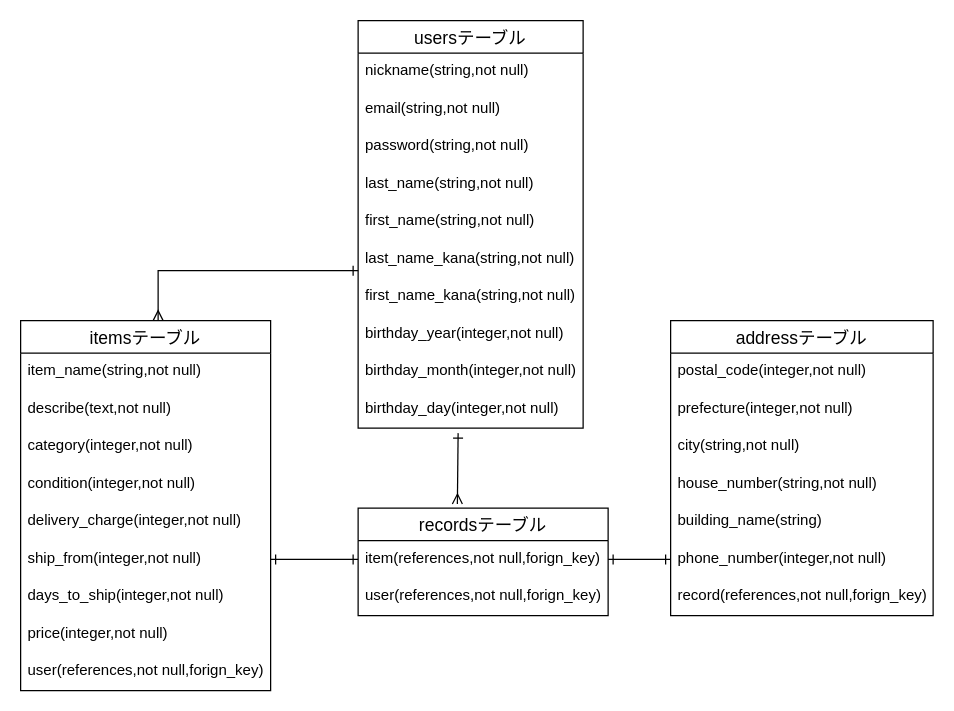
Before: furima.dio in hidekazudazoo/furima-38653, a draw.io diagram. Source tidied: cells renumbered, new cells numbered last; positions are measured from the earlier drawing's top-left corner, leaving out a move shared by most shapes. Both pictures are drawn from the tidied source at 125%, with x=0, y=0 at pixel (20, 20).
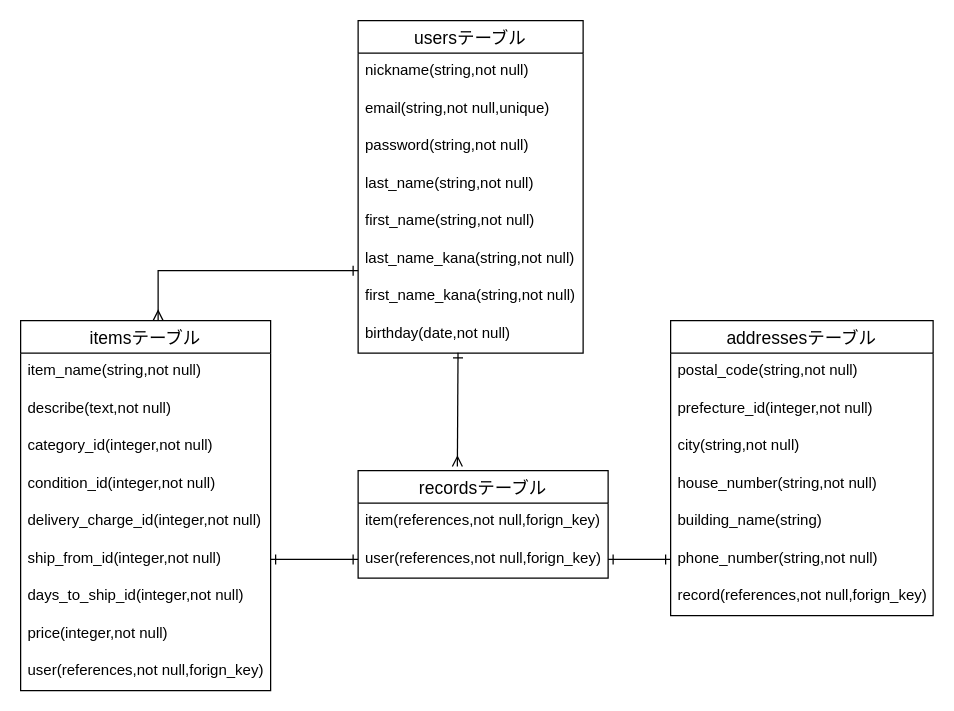
After the change.

Commit message (it also covers changes not shown here):
データベース設計修正

Unchanged cells that the change refers to:
```xml
<mxCell id="13" value="itemsテーブル" style="swimlane;fontStyle=0;horizontal=1;startSize=26;align=center;fontSize=14;" parent="1" vertex="1">
  <mxGeometry y="240" width="200" height="296" as="geometry" />
</mxCell>
<mxCell id="34" value="item(references,not null,forign_key)" style="text;strokeColor=none;fillColor=none;spacingLeft=4;spacingRight=4;overflow=hidden;points=[[0,0.5],[1,0.5]];portConstraint=eastwest;fontSize=12;" parent="33" vertex="1">
  <mxGeometry y="26" width="200" height="30" as="geometry" />
</mxCell>
<mxCell id="35" value="user(references,not null,forign_key)" style="text;strokeColor=none;fillColor=none;spacingLeft=4;spacingRight=4;overflow=hidden;points=[[0,0.5],[1,0.5]];portConstraint=eastwest;fontSize=12;" parent="33" vertex="1">
  <mxGeometry y="56" width="200" height="30" as="geometry" />
</mxCell>
```

Diff of the diagram source:
```diff
@@
     <mxCell id="2" value="usersテーブル" style="swimlane;fontStyle=0;horizontal=1;startSize=26;align=center;fontSize=14;" parent="1" vertex="1">
-      <mxGeometry x="270" width="180" height="326" as="geometry" />
+      <mxGeometry x="270" width="180" height="266" as="geometry" />
     </mxCell>
@@
-    <mxCell id="4" value="email(string,not null)" style="text;strokeColor=none;fillColor=none;spacingLeft=4;spacingRight=4;overflow=hidden;fontSize=12;" parent="2" vertex="1">
+    <mxCell id="4" value="email(string,not null,unique)" style="text;strokeColor=none;fillColor=none;spacingLeft=4;spacingRight=4;overflow=hidden;fontSize=12;" parent="2" vertex="1">
       <mxGeometry y="56" width="180" height="30" as="geometry" />
     </mxCell>
@@
-    <mxCell id="10" value="birthday_year(integer,not null)" style="text;strokeColor=none;fillColor=none;spacingLeft=4;spacingRight=4;overflow=hidden;points=[[0,0.5],[1,0.5]];portConstraint=eastwest;fontSize=12;" parent="2" vertex="1">
+    <mxCell id="10" value="birthday(date,not null)" style="text;strokeColor=none;fillColor=none;spacingLeft=4;spacingRight=4;overflow=hidden;points=[[0,0.5],[1,0.5]];portConstraint=eastwest;fontSize=12;" parent="2" vertex="1">
       <mxGeometry y="236" width="180" height="30" as="geometry" />
     </mxCell>
-    <mxCell id="11" value="birthday_month(integer,not null)" style="text;strokeColor=none;fillColor=none;spacingLeft=4;spacingRight=4;overflow=hidden;fontSize=12;" parent="2" vertex="1">
-      <mxGeometry y="266" width="180" height="30" as="geometry" />
-    </mxCell>
-    <mxCell id="12" value="birthday_day(integer,not null)" style="text;strokeColor=none;fillColor=none;spacingLeft=4;spacingRight=4;overflow=hidden;fontSize=12;" parent="2" vertex="1">
-      <mxGeometry y="296" width="180" height="30" as="geometry" />
-    </mxCell>
@@
-    <mxCell id="16" value="category(integer,not null)" style="text;strokeColor=none;fillColor=none;spacingLeft=4;spacingRight=4;overflow=hidden;fontSize=12;" parent="13" vertex="1">
+    <mxCell id="16" value="category_id(integer,not null)" style="text;strokeColor=none;fillColor=none;spacingLeft=4;spacingRight=4;overflow=hidden;fontSize=12;" parent="13" vertex="1">
       <mxGeometry y="86" width="200" height="30" as="geometry" />
     </mxCell>
-    <mxCell id="17" value="condition(integer,not null)" style="text;strokeColor=none;fillColor=none;spacingLeft=4;spacingRight=4;overflow=hidden;fontSize=12;" parent="13" vertex="1">
+    <mxCell id="17" value="condition_id(integer,not null)" style="text;strokeColor=none;fillColor=none;spacingLeft=4;spacingRight=4;overflow=hidden;fontSize=12;" parent="13" vertex="1">
       <mxGeometry y="116" width="200" height="30" as="geometry" />
     </mxCell>
-    <mxCell id="18" value="delivery_charge(integer,not null)" style="text;strokeColor=none;fillColor=none;spacingLeft=4;spacingRight=4;overflow=hidden;fontSize=12;" parent="13" vertex="1">
+    <mxCell id="18" value="delivery_charge_id(integer,not null)" style="text;strokeColor=none;fillColor=none;spacingLeft=4;spacingRight=4;overflow=hidden;fontSize=12;" parent="13" vertex="1">
       <mxGeometry y="146" width="200" height="30" as="geometry" />
     </mxCell>
-    <mxCell id="19" value="ship_from(integer,not null)" style="text;strokeColor=none;fillColor=none;spacingLeft=4;spacingRight=4;overflow=hidden;points=[[0,0.5],[1,0.5]];portConstraint=eastwest;fontSize=12;" parent="13" vertex="1">
+    <mxCell id="19" value="ship_from_id(integer,not null)" style="text;strokeColor=none;fillColor=none;spacingLeft=4;spacingRight=4;overflow=hidden;points=[[0,0.5],[1,0.5]];portConstraint=eastwest;fontSize=12;" parent="13" vertex="1">
       <mxGeometry y="176" width="200" height="30" as="geometry" />
     </mxCell>
-    <mxCell id="20" value="days_to_ship(integer,not null)" style="text;strokeColor=none;fillColor=none;spacingLeft=4;spacingRight=4;overflow=hidden;fontSize=12;" parent="13" vertex="1">
+    <mxCell id="20" value="days_to_ship_id(integer,not null)" style="text;strokeColor=none;fillColor=none;spacingLeft=4;spacingRight=4;overflow=hidden;fontSize=12;" parent="13" vertex="1">
       <mxGeometry y="206" width="200" height="30" as="geometry" />
     </mxCell>
@@
-    <mxCell id="24" value="addressテーブル" style="swimlane;fontStyle=0;horizontal=1;startSize=26;align=center;fontSize=14;" parent="1" vertex="1">
+    <mxCell id="24" value="addressesテーブル" style="swimlane;fontStyle=0;horizontal=1;startSize=26;align=center;fontSize=14;" parent="1" vertex="1">
       <mxGeometry x="520" y="240" width="210" height="236" as="geometry" />
     </mxCell>
-    <mxCell id="25" value="postal_code(integer,not null)" style="text;strokeColor=none;fillColor=none;spacingLeft=4;spacingRight=4;overflow=hidden;fontSize=12;" parent="24" vertex="1">
+    <mxCell id="25" value="postal_code(string,not null)" style="text;strokeColor=none;fillColor=none;spacingLeft=4;spacingRight=4;overflow=hidden;fontSize=12;" parent="24" vertex="1">
       <mxGeometry y="26" width="210" height="30" as="geometry" />
     </mxCell>
-    <mxCell id="26" value="prefecture(integer,not null)" style="text;strokeColor=none;fillColor=none;spacingLeft=4;spacingRight=4;overflow=hidden;fontSize=12;" parent="24" vertex="1">
+    <mxCell id="26" value="prefecture_id(integer,not null)" style="text;strokeColor=none;fillColor=none;spacingLeft=4;spacingRight=4;overflow=hidden;fontSize=12;" parent="24" vertex="1">
       <mxGeometry y="56" width="210" height="30" as="geometry" />
     </mxCell>
@@
-    <mxCell id="30" value="phone_number(integer,not null)" style="text;strokeColor=none;fillColor=none;spacingLeft=4;spacingRight=4;overflow=hidden;points=[[0,0.5],[1,0.5]];portConstraint=eastwest;fontSize=12;" parent="24" vertex="1">
+    <mxCell id="30" value="phone_number(string,not null)" style="text;strokeColor=none;fillColor=none;spacingLeft=4;spacingRight=4;overflow=hidden;points=[[0,0.5],[1,0.5]];portConstraint=eastwest;fontSize=12;" parent="24" vertex="1">
       <mxGeometry y="176" width="210" height="30" as="geometry" />
     </mxCell>
@@
-    <mxCell id="32" style="edgeStyle=none;rounded=0;html=1;exitX=1;exitY=0.5;exitDx=0;exitDy=0;entryX=0;entryY=0.5;entryDx=0;entryDy=0;startArrow=ERone;startFill=0;endArrow=ERone;endFill=0;" parent="1" edge="1" source="19" target="34">
+    <mxCell id="32" style="edgeStyle=none;rounded=0;html=1;exitX=1;exitY=0.5;exitDx=0;exitDy=0;entryX=0;entryY=0.5;entryDx=0;entryDy=0;startArrow=ERone;startFill=0;endArrow=ERone;endFill=0;" parent="1" edge="1" source="19" target="35">
       <mxGeometry relative="1" as="geometry" />
     </mxCell>
     <mxCell id="33" value="recordsテーブル" style="swimlane;fontStyle=0;horizontal=1;startSize=26;align=center;fontSize=14;" parent="1" vertex="1">
-      <mxGeometry x="270" y="390" width="200" height="86" as="geometry" />
+      <mxGeometry x="270" y="360" width="200" height="86" as="geometry" />
     </mxCell>
@@
-    <mxCell id="36" style="edgeStyle=none;rounded=0;html=1;exitX=1;exitY=0.5;exitDx=0;exitDy=0;entryX=0;entryY=0.5;entryDx=0;entryDy=0;startArrow=ERone;startFill=0;endArrow=ERone;endFill=0;" parent="1" edge="1" source="34" target="30">
+    <mxCell id="36" style="edgeStyle=none;rounded=0;html=1;exitX=1;exitY=0.5;exitDx=0;exitDy=0;entryX=0;entryY=0.5;entryDx=0;entryDy=0;startArrow=ERone;startFill=0;endArrow=ERone;endFill=0;" parent="1" edge="1" source="35" target="30">
       <mxGeometry relative="1" as="geometry" />
     </mxCell>
-    <mxCell id="37" style="edgeStyle=none;rounded=0;html=1;entryX=0.397;entryY=-0.038;entryDx=0;entryDy=0;startArrow=ERone;startFill=0;endArrow=ERmany;endFill=0;entryPerimeter=0;" parent="1" edge="1" target="33">
-      <mxGeometry relative="1" as="geometry">
-        <mxPoint x="350" y="330" as="sourcePoint" />
-      </mxGeometry>
+    <mxCell id="37" style="edgeStyle=none;rounded=0;html=1;entryX=0.397;entryY=-0.038;entryDx=0;entryDy=0;startArrow=ERone;startFill=0;endArrow=ERmany;endFill=0;entryPerimeter=0;exitX=0.444;exitY=0.992;exitDx=0;exitDy=0;exitPerimeter=0;" parent="1" edge="1" source="10" target="33">
+      <mxGeometry relative="1" as="geometry" />
     </mxCell>
```
